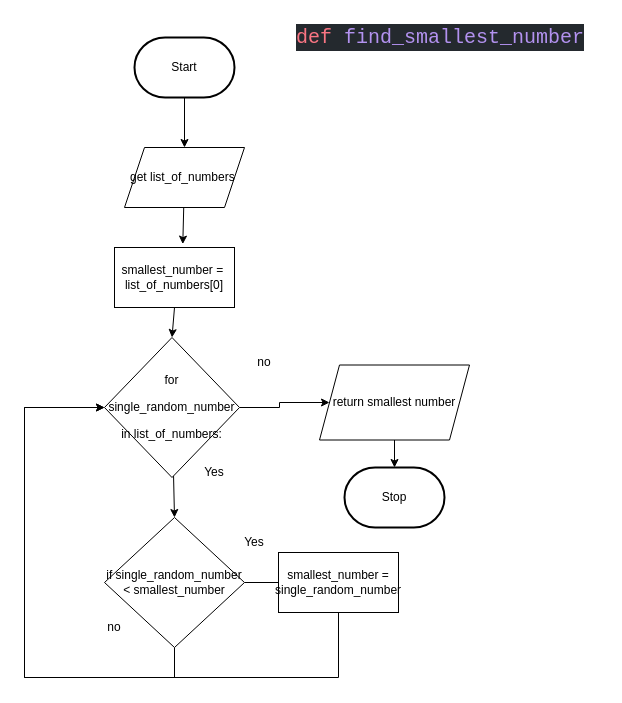
Earlier version of the draw.io diagram design/flowchart.drawio (Emmanuel-Fofeyin/ICS3U-Unit6-03-Python). Source tidied: cells renumbered, new cells numbered last; positions are measured from the earlier drawing's top-left corner, leaving out a move shared by most shapes. Both pictures are drawn from the tidied source at 100%, with x=0, y=0 at pixel (24, 17).
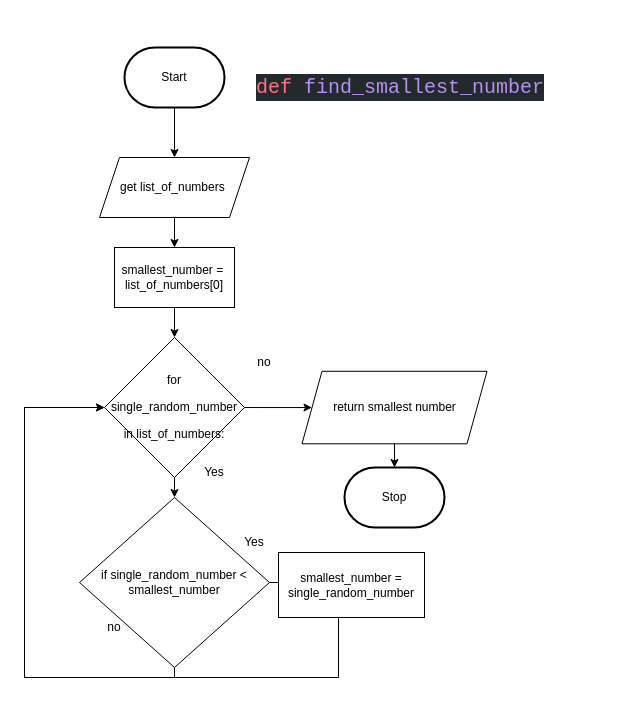
The same diagram, later.

The change refers to these unchanged cells:
```xml
<mxCell id="15" value="smallest_number =&amp;nbsp;&lt;br&gt;list_of_numbers[0]" style="rounded=0;whiteSpace=wrap;html=1;" parent="1" vertex="1">
  <mxGeometry x="90" y="230" width="120" height="60" as="geometry" />
</mxCell>
```

What changed in the source:
```diff
@@
-    <mxCell id="2" style="edgeStyle=none;html=1;" parent="1" edge="1" source="3">
-      <mxGeometry relative="1" as="geometry">
-        <mxPoint x="160" y="130" as="targetPoint" />
-      </mxGeometry>
+    <mxCell id="2" style="edgeStyle=none;html=1;entryX=0.5;entryY=0;entryDx=0;entryDy=0;" parent="1" edge="1" source="3" target="5">
+      <mxGeometry relative="1" as="geometry" />
     </mxCell>
     <mxCell id="3" value="Start" style="strokeWidth=2;html=1;shape=mxgraph.flowchart.terminator;whiteSpace=wrap;" parent="1" vertex="1">
-      <mxGeometry x="110" y="20" width="100" height="60" as="geometry" />
+      <mxGeometry x="100" y="30" width="100" height="60" as="geometry" />
     </mxCell>
-    <mxCell id="4" style="edgeStyle=none;html=1;entryX=0.569;entryY=-0.057;entryDx=0;entryDy=0;entryPerimeter=0;" parent="1" edge="1" source="5">
-      <mxGeometry relative="1" as="geometry">
-        <mxPoint x="158.3" y="226.6" as="targetPoint" />
-      </mxGeometry>
+    <mxCell id="4" style="edgeStyle=none;html=1;entryX=0.5;entryY=0;entryDx=0;entryDy=0;" parent="1" edge="1" source="5" target="15">
+      <mxGeometry relative="1" as="geometry" />
     </mxCell>
     <mxCell id="5" value="get list_of_numbers&amp;nbsp;" style="shape=parallelogram;perimeter=parallelogramPerimeter;whiteSpace=wrap;html=1;fixedSize=1;" parent="1" vertex="1">
-      <mxGeometry x="100" y="130" width="120" height="60" as="geometry" />
+      <mxGeometry x="75" y="140" width="150" height="60" as="geometry" />
     </mxCell>
@@
-    <mxCell id="8" style="edgeStyle=orthogonalEdgeStyle;rounded=0;html=1;entryX=0;entryY=0.5;entryDx=0;entryDy=0;" parent="1" edge="1" source="9" target="21">
+    <mxCell id="8" style="edgeStyle=none;html=1;fontSize=20;fontColor=#000000;entryX=0;entryY=0.5;entryDx=0;entryDy=0;" parent="1" edge="1" source="9" target="21">
       <mxGeometry relative="1" as="geometry" />
     </mxCell>
-    <mxCell id="9" value="&lt;div style=&quot;line-height: 27px&quot;&gt;for single_random_number in list_of_numbers:&lt;/div&gt;" style="rhombus;whiteSpace=wrap;html=1;" parent="1" vertex="1">
-      <mxGeometry x="80" y="320" width="135" height="140" as="geometry" />
+    <mxCell id="9" value="&lt;div style=&quot;line-height: 27px&quot;&gt;&lt;font style=&quot;font-size: 12px&quot;&gt;for single_random_number in list_of_numbers:&lt;/font&gt;&lt;/div&gt;" style="rhombus;whiteSpace=wrap;html=1;" parent="1" vertex="1">
+      <mxGeometry x="80" y="320" width="140" height="140" as="geometry" />
     </mxCell>
@@
     <mxCell id="12" value="if single_random_number &amp;lt; smallest_number" style="rhombus;whiteSpace=wrap;html=1;" parent="1" vertex="1">
-      <mxGeometry x="80" y="500" width="140" height="130" as="geometry" />
+      <mxGeometry x="55" y="480" width="190" height="170" as="geometry" />
     </mxCell>
@@
     <mxCell id="14" value="smallest_number = single_random_number" style="rounded=0;whiteSpace=wrap;html=1;" parent="1" vertex="1">
-      <mxGeometry x="254" y="535" width="120" height="60" as="geometry" />
+      <mxGeometry x="254" y="535" width="146" height="65" as="geometry" />
     </mxCell>
@@
     <mxCell id="21" value="return smallest number" style="shape=parallelogram;perimeter=parallelogramPerimeter;whiteSpace=wrap;html=1;fixedSize=1;" parent="1" vertex="1">
-      <mxGeometry x="295" y="347.5" width="150" height="75" as="geometry" />
+      <mxGeometry x="277.5" y="353.8" width="185" height="72.5" as="geometry" />
     </mxCell>
@@
     <mxCell id="23" value="&lt;div style=&quot;color: rgb(225, 228, 232); background-color: rgb(36, 41, 46); font-family: &amp;quot;comic mono&amp;quot;, consolas, &amp;quot;courier new&amp;quot;, monospace, consolas, &amp;quot;courier new&amp;quot;, monospace; font-weight: normal; font-size: 20px; line-height: 27px;&quot;&gt;&lt;div&gt;&lt;span style=&quot;color: #f97583&quot;&gt;def&lt;/span&gt;&lt;span style=&quot;color: #e1e4e8&quot;&gt; &lt;/span&gt;&lt;span style=&quot;color: #b392f0&quot;&gt;find_smallest_number&lt;/span&gt;&lt;/div&gt;&lt;/div&gt;" style="text;whiteSpace=wrap;html=1;" parent="1" vertex="1">
-      <mxGeometry x="270" width="310" height="40" as="geometry" />
+      <mxGeometry x="230" y="50" width="310" height="40" as="geometry" />
     </mxCell>
```
